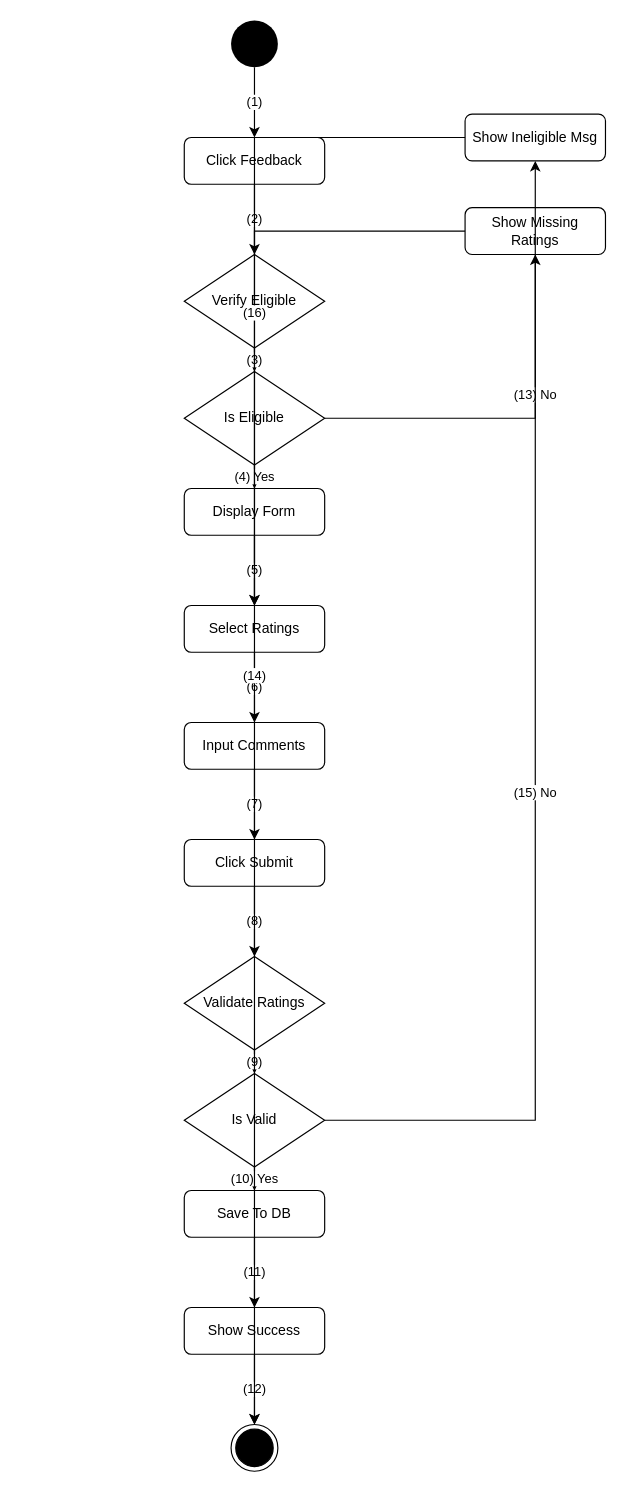
Above: activity_flow/uc59_activity_flow.drawio in kingDlight/UEIMS_Project (draw.io), before the change. Source tidied: cells renumbered, new cells numbered last; positions are measured from the earlier drawing's top-left corner, leaving out a move shared by most shapes. Both pictures are drawn from the tidied source at 117%, with x=0, y=0 at pixel (184, 20).
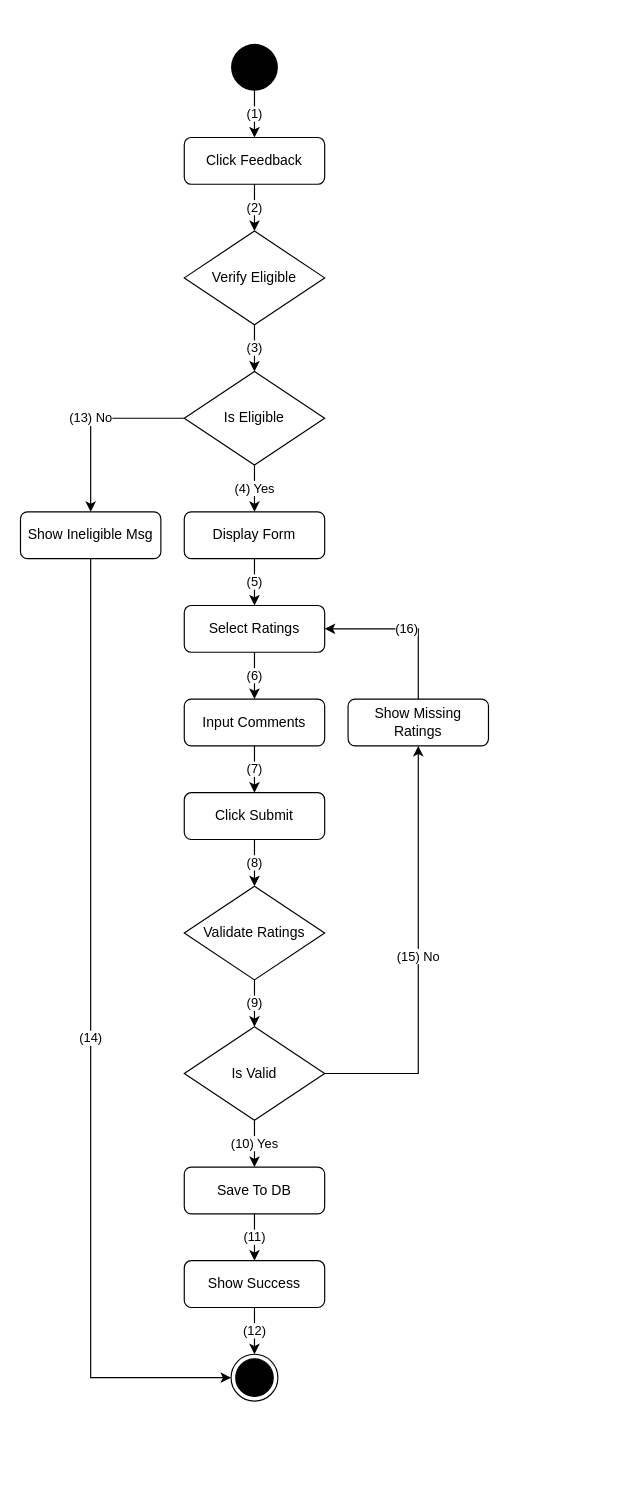
After the change.

The change refers to these unchanged cells:
```xml
<mxCell id="5" value="Is Eligible" style="rhombus;whiteSpace=wrap;html=1;" parent="1" vertex="1">
  <mxGeometry y="300" width="120" height="80" as="geometry" />
</mxCell>
<mxCell id="7" value="Select Ratings" style="rounded=1;whiteSpace=wrap;html=1;" parent="1" vertex="1">
  <mxGeometry y="500" width="120" height="40" as="geometry" />
</mxCell>
```

The edit, as a diff of the source:
```diff
@@
     <mxCell id="2" style="ellipse;whiteSpace=wrap;html=1;fillColor=#000000;strokeColor=none;" parent="1" vertex="1">
-      <mxGeometry x="40" width="40" height="40" as="geometry" />
+      <mxGeometry x="40" y="20" width="40" height="40" as="geometry" />
     </mxCell>
@@
     <mxCell id="4" value="Verify Eligible" style="rhombus;whiteSpace=wrap;html=1;" parent="1" vertex="1">
-      <mxGeometry y="200" width="120" height="80" as="geometry" />
+      <mxGeometry y="180" width="120" height="80" as="geometry" />
     </mxCell>
@@
     <mxCell id="6" value="Display Form" style="rounded=1;whiteSpace=wrap;html=1;" parent="1" vertex="1">
-      <mxGeometry y="400" width="120" height="40" as="geometry" />
+      <mxGeometry y="420" width="120" height="40" as="geometry" />
     </mxCell>
@@
     <mxCell id="8" value="Input Comments" style="rounded=1;whiteSpace=wrap;html=1;" parent="1" vertex="1">
-      <mxGeometry y="600" width="120" height="40" as="geometry" />
+      <mxGeometry y="580" width="120" height="40" as="geometry" />
     </mxCell>
     <mxCell id="9" value="Click Submit" style="rounded=1;whiteSpace=wrap;html=1;" parent="1" vertex="1">
-      <mxGeometry y="700" width="120" height="40" as="geometry" />
+      <mxGeometry y="660" width="120" height="40" as="geometry" />
     </mxCell>
     <mxCell id="10" value="Validate Ratings" style="rhombus;whiteSpace=wrap;html=1;" parent="1" vertex="1">
-      <mxGeometry y="800" width="120" height="80" as="geometry" />
+      <mxGeometry y="740" width="120" height="80" as="geometry" />
     </mxCell>
     <mxCell id="11" value="Is Valid" style="rhombus;whiteSpace=wrap;html=1;" parent="1" vertex="1">
-      <mxGeometry y="900" width="120" height="80" as="geometry" />
+      <mxGeometry y="860" width="120" height="80" as="geometry" />
     </mxCell>
     <mxCell id="12" value="Save To DB" style="rounded=1;whiteSpace=wrap;html=1;" parent="1" vertex="1">
-      <mxGeometry y="1000" width="120" height="40" as="geometry" />
+      <mxGeometry y="980" width="120" height="40" as="geometry" />
     </mxCell>
     <mxCell id="13" value="Show Success" style="rounded=1;whiteSpace=wrap;html=1;" parent="1" vertex="1">
-      <mxGeometry y="1100" width="120" height="40" as="geometry" />
+      <mxGeometry y="1060" width="120" height="40" as="geometry" />
     </mxCell>
     <mxCell id="14" style="ellipse;html=1;shape=endState;fillColor=#000000;strokeColor=#000000;" parent="1" vertex="1">
-      <mxGeometry x="40" y="1200" width="40" height="40" as="geometry" />
+      <mxGeometry x="40" y="1140" width="40" height="40" as="geometry" />
     </mxCell>
     <mxCell id="15" value="Show Ineligible Msg" style="rounded=1;whiteSpace=wrap;html=1;" parent="1" vertex="1">
-      <mxGeometry x="240" y="80" width="120" height="40" as="geometry" />
+      <mxGeometry x="-140" y="420" width="120" height="40" as="geometry" />
     </mxCell>
     <mxCell id="16" value="Show Missing Ratings" style="rounded=1;whiteSpace=wrap;html=1;" parent="1" vertex="1">
-      <mxGeometry x="240" y="160" width="120" height="40" as="geometry" />
+      <mxGeometry x="140" y="580" width="120" height="40" as="geometry" />
     </mxCell>
@@
-    <mxCell id="29" value="(13) No" style="edgeStyle=orthogonalEdgeStyle;rounded=0;html=1;exitX=1;exitY=0.5;entryX=0.5;entryY=1;" parent="1" edge="1" source="5" target="15">
+    <mxCell id="29" value="(13) No" style="edgeStyle=orthogonalEdgeStyle;rounded=0;html=1;exitX=0;exitY=0.5;entryX=0.5;entryY=0;exitDx=0;exitDy=0;entryDx=0;entryDy=0;" parent="1" edge="1" source="5" target="15">
       <mxGeometry relative="1" as="geometry" />
     </mxCell>
-    <mxCell id="30" value="(14)" style="edgeStyle=orthogonalEdgeStyle;rounded=0;html=1;exitX=0;exitY=0.5;entryX=0.5;entryY=0;" parent="1" edge="1" source="15" target="14">
+    <mxCell id="30" value="(14)" style="edgeStyle=orthogonalEdgeStyle;rounded=0;html=1;exitX=0.5;exitY=1;entryX=0;entryY=0.5;entryDx=0;entryDy=0;exitDx=0;exitDy=0;" parent="1" edge="1" source="15" target="14">
       <mxGeometry relative="1" as="geometry" />
     </mxCell>
@@
-    <mxCell id="32" value="(16)" style="edgeStyle=orthogonalEdgeStyle;rounded=0;html=1;exitX=0;exitY=0.5;entryX=0.5;entryY=0;" parent="1" edge="1" source="16" target="7">
+    <mxCell id="32" value="(16)" style="edgeStyle=orthogonalEdgeStyle;rounded=0;html=1;exitX=0.5;exitY=0;entryX=1;entryY=0.5;entryDx=0;entryDy=0;exitDx=0;exitDy=0;" parent="1" edge="1" source="16" target="7">
       <mxGeometry relative="1" as="geometry" />
     </mxCell>
```
